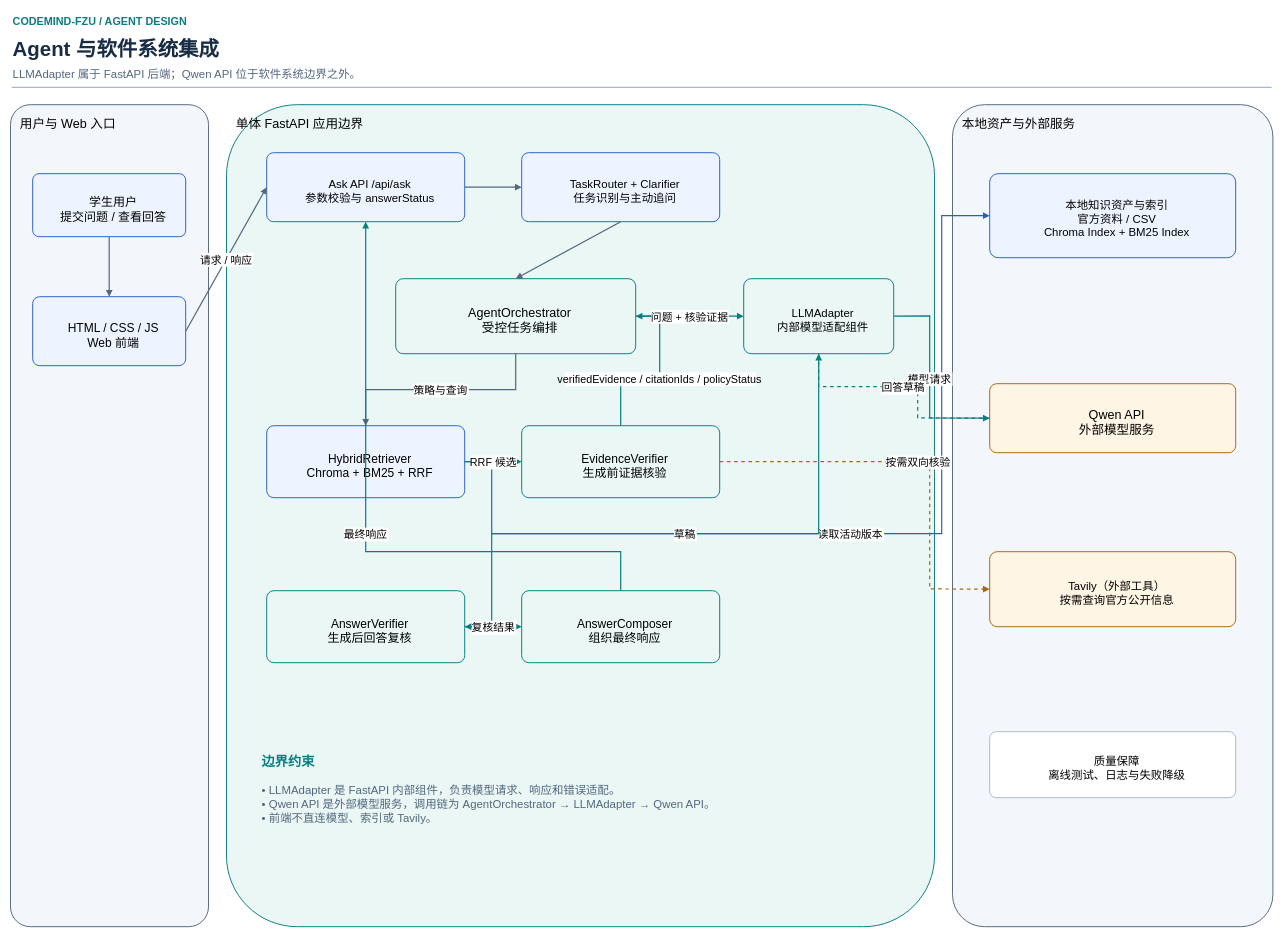
yz-Yezi-Genm/CodeMind-FZU keeps this draw.io diagram as docs/assignment-02/system-design/diagrams/agent-flow/Agent系统集成图_吴诗莹_v1.drawio. Above is the earlier version. Source tidied: cells renumbered, new cells numbered last; positions are measured from the earlier drawing's top-left corner, leaving out a move shared by most shapes. Both pictures are drawn from the tidied source at 60%, with x=0, y=0 at pixel (10, 10).
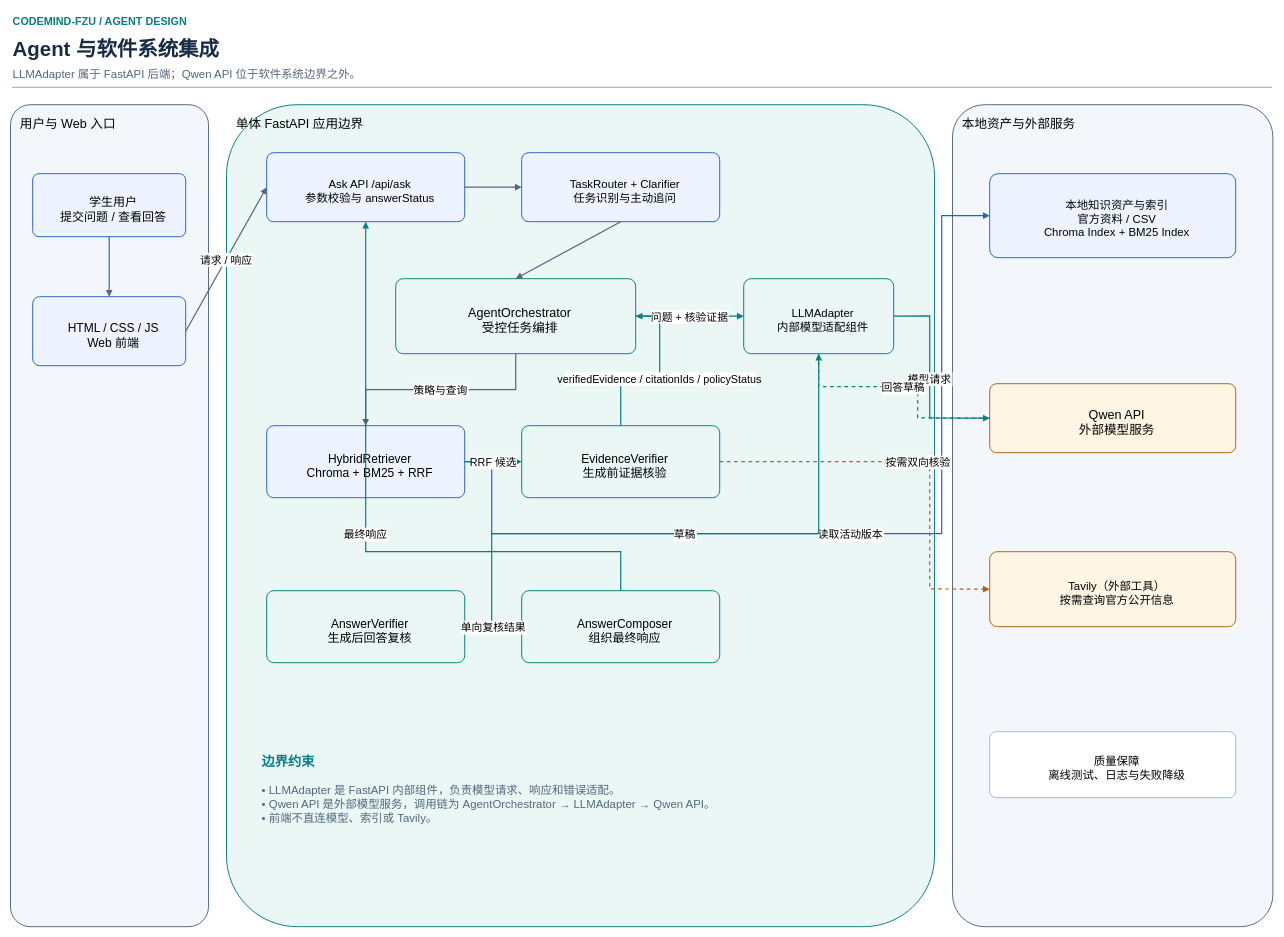
The same diagram, later.

What changed in the source:
```diff
@@
-    <mxCell id="36" value="复核结果" style="edgeStyle=none;rounded=0;html=0;strokeColor=#087E82;strokeWidth=2;endArrow=block;endFill=1;dashed=0;fontFamily=Microsoft YaHei;fontSize=18;labelBackgroundColor=#FFFFFF;" parent="1" edge="1">
+    <mxCell id="36" value="单向复核结果" style="edgeStyle=none;rounded=0;html=0;strokeColor=#087E82;strokeWidth=2;startArrow=none;endArrow=block;endFill=1;dashed=0;fontFamily=Microsoft YaHei;fontSize=18;labelBackgroundColor=#FFFFFF;" parent="1" edge="1">
       <mxGeometry relative="1" as="geometry">
         <mxPoint x="757" y="1027" as="sourcePoint" />
         <mxPoint x="852" y="1027" as="targetPoint" />
       </mxGeometry>
     </mxCell>
```
